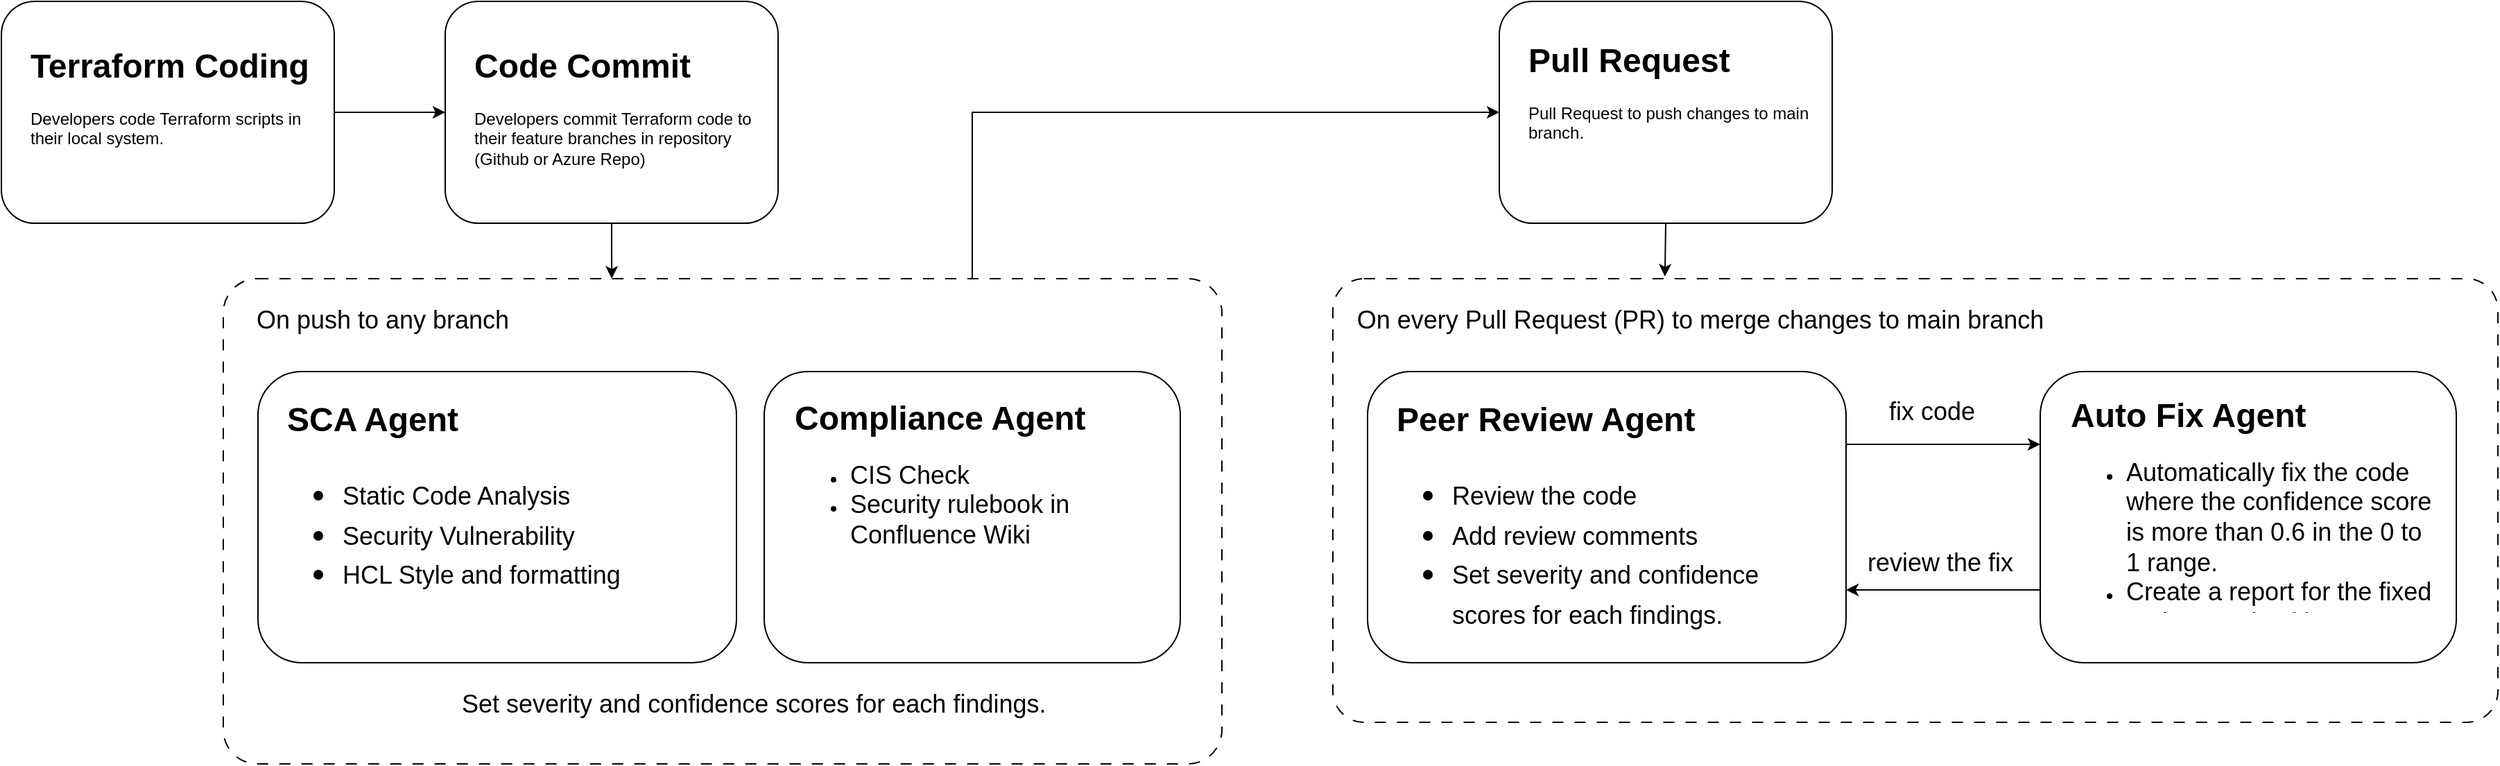
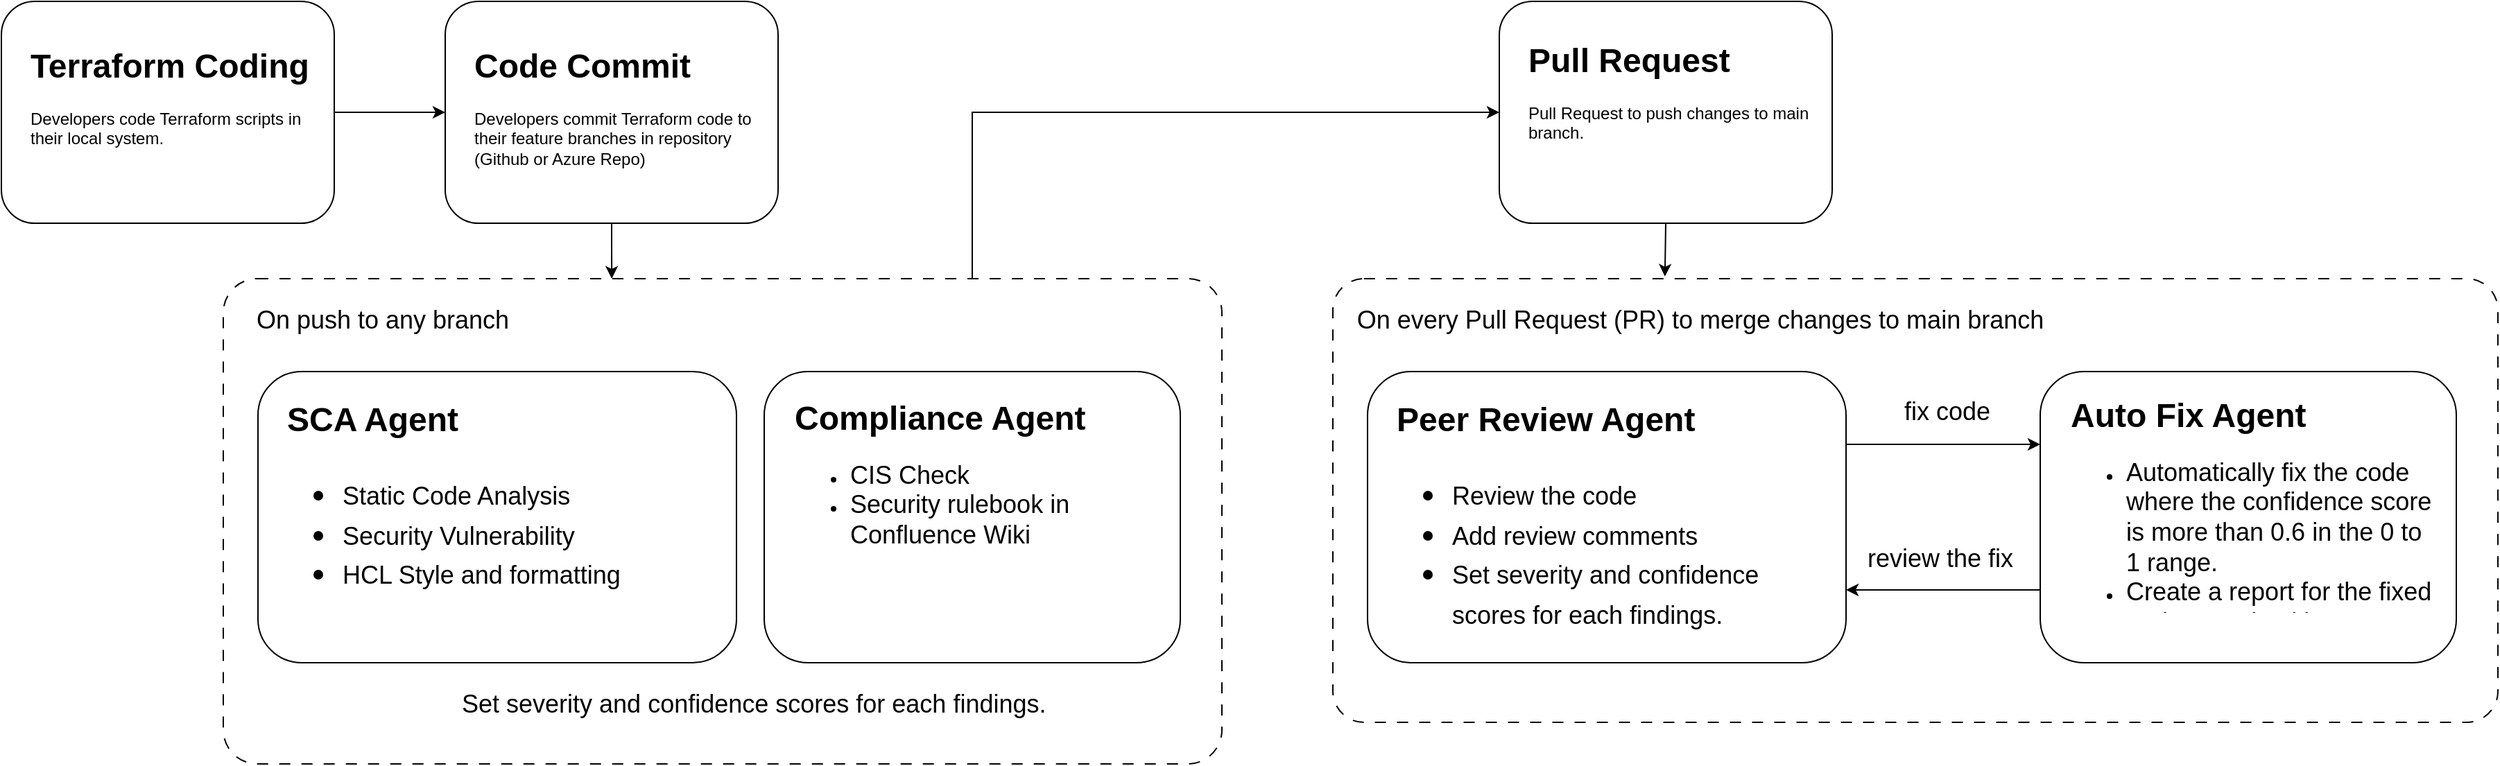
<mxfile host="app.diagrams.net">
  <diagram name="Page-1" id="llQ14HlxIDWXj9B5HY60">
    <mxGraphModel dx="1006" dy="638" grid="1" gridSize="10" guides="1" tooltips="1" connect="1" arrows="1" fold="1" page="1" pageScale="1" pageWidth="850" pageHeight="1100" math="0" shadow="0">
      <root>
        <mxCell id="0" />
        <mxCell id="1" parent="0" />
        <mxCell id="IWc9zJM8tDhvkjJ2dRjy-13" edge="1" parent="1" source="IWc9zJM8tDhvkjJ2dRjy-5" style="edgeStyle=orthogonalEdgeStyle;rounded=0;orthogonalLoop=1;jettySize=auto;html=1;entryX=0;entryY=0.5;entryDx=0;entryDy=0;exitX=0.75;exitY=0;exitDx=0;exitDy=0;" target="IWc9zJM8tDhvkjJ2dRjy-1">
          <mxGeometry relative="1" as="geometry" />
        </mxCell>
        <mxCell id="oJW8UGhNAXkty13G2p3x-1" parent="1" style="rounded=1;whiteSpace=wrap;html=1;" value="" vertex="1">
          <mxGeometry height="160" width="240" x="440" y="200" as="geometry" />
        </mxCell>
        <mxCell id="oJW8UGhNAXkty13G2p3x-3" parent="1" style="text;html=1;whiteSpace=wrap;overflow=hidden;rounded=0;" value="&lt;h1 style=&quot;margin-top: 0px;&quot;&gt;Code Commit&lt;/h1&gt;&lt;p&gt;Developers commit Terraform code to their feature branches in repository (Github or Azure Repo)&lt;/p&gt;" vertex="1">
          <mxGeometry height="100" width="210" x="459" y="226" as="geometry" />
        </mxCell>
        <mxCell id="IWc9zJM8tDhvkjJ2dRjy-1" parent="1" style="rounded=1;whiteSpace=wrap;html=1;" value="" vertex="1">
          <mxGeometry height="160" width="240" x="1200" y="200" as="geometry" />
        </mxCell>
        <mxCell id="IWc9zJM8tDhvkjJ2dRjy-2" parent="1" style="text;html=1;whiteSpace=wrap;overflow=hidden;rounded=0;" value="&lt;h1 style=&quot;margin-top: 0px;&quot;&gt;Pull Request&lt;/h1&gt;&lt;p&gt;Pull Request to push changes to main branch.&lt;/p&gt;" vertex="1">
          <mxGeometry height="100" width="210" x="1219" y="222" as="geometry" />
        </mxCell>
        <mxCell id="IWc9zJM8tDhvkjJ2dRjy-12" edge="1" parent="1" source="IWc9zJM8tDhvkjJ2dRjy-3" style="edgeStyle=orthogonalEdgeStyle;rounded=0;orthogonalLoop=1;jettySize=auto;html=1;exitX=1;exitY=0.5;exitDx=0;exitDy=0;entryX=0;entryY=0.5;entryDx=0;entryDy=0;" target="oJW8UGhNAXkty13G2p3x-1">
          <mxGeometry relative="1" as="geometry" />
        </mxCell>
        <mxCell id="IWc9zJM8tDhvkjJ2dRjy-3" parent="1" style="rounded=1;whiteSpace=wrap;html=1;" value="" vertex="1">
          <mxGeometry height="160" width="240" x="120" y="200" as="geometry" />
        </mxCell>
        <mxCell id="IWc9zJM8tDhvkjJ2dRjy-4" parent="1" style="text;html=1;whiteSpace=wrap;overflow=hidden;rounded=0;" value="&lt;h1 style=&quot;margin-top: 0px;&quot;&gt;Terraform Coding&lt;/h1&gt;&lt;p&gt;Developers code Terraform scripts in their local system.&lt;/p&gt;" vertex="1">
          <mxGeometry height="100" width="210" x="139" y="226" as="geometry" />
        </mxCell>
        <mxCell id="IWc9zJM8tDhvkjJ2dRjy-5" parent="1" style="rounded=1;whiteSpace=wrap;html=1;arcSize=7;dashed=1;dashPattern=8 8;" value="" vertex="1">
          <mxGeometry height="350" width="720" x="280" y="400" as="geometry" />
        </mxCell>
        <mxCell id="IWc9zJM8tDhvkjJ2dRjy-6" parent="1" style="text;html=1;whiteSpace=wrap;strokeColor=none;fillColor=none;align=center;verticalAlign=middle;rounded=0;" value="&lt;font style=&quot;font-size: 18px;&quot;&gt;On push to any branch&lt;/font&gt;" vertex="1">
          <mxGeometry height="30" width="210" x="290" y="415" as="geometry" />
        </mxCell>
        <mxCell id="IWc9zJM8tDhvkjJ2dRjy-7" parent="1" style="rounded=1;whiteSpace=wrap;html=1;" value="" vertex="1">
          <mxGeometry height="210" width="345" x="305" y="467" as="geometry" />
        </mxCell>
        <mxCell id="IWc9zJM8tDhvkjJ2dRjy-8" parent="1" style="text;html=1;whiteSpace=wrap;overflow=hidden;rounded=0;" value="&lt;h1 style=&quot;margin-top: 0px;&quot;&gt;SCA Agent&lt;/h1&gt;&lt;h1 style=&quot;margin-top: 0px;&quot;&gt;&lt;p style=&quot;font-size: 12px; font-weight: 400;&quot;&gt;&lt;/p&gt;&lt;ul&gt;&lt;li&gt;&lt;span style=&quot;font-size: 18px; font-weight: normal;&quot;&gt;Static Code Analysis&lt;/span&gt;&lt;/li&gt;&lt;li&gt;&lt;span style=&quot;font-size: 18px; font-weight: normal;&quot;&gt;Security Vulnerability&lt;/span&gt;&lt;/li&gt;&lt;li&gt;&lt;span style=&quot;font-size: 18px; font-weight: normal;&quot;&gt;HCL Style and formatting&lt;/span&gt;&lt;/li&gt;&lt;/ul&gt;&lt;p&gt;&lt;/p&gt;&lt;/h1&gt;" vertex="1">
          <mxGeometry height="183" width="306" x="324" y="481" as="geometry" />
        </mxCell>
        <mxCell id="IWc9zJM8tDhvkjJ2dRjy-9" parent="1" style="rounded=1;whiteSpace=wrap;html=1;" value="" vertex="1">
          <mxGeometry height="210" width="300" x="670" y="467" as="geometry" />
        </mxCell>
        <mxCell id="IWc9zJM8tDhvkjJ2dRjy-10" parent="1" style="text;html=1;whiteSpace=wrap;overflow=hidden;rounded=0;" value="&lt;h1 style=&quot;margin-top: 0px;&quot;&gt;Compliance Agent&lt;/h1&gt;&lt;p&gt;&lt;/p&gt;&lt;ul&gt;&lt;li&gt;&lt;span style=&quot;font-size: 18px;&quot;&gt;CIS Check&lt;/span&gt;&lt;/li&gt;&lt;li&gt;&lt;span style=&quot;font-size: 18px;&quot;&gt;Security rulebook in Confluence Wiki&lt;/span&gt;&lt;/li&gt;&lt;/ul&gt;&lt;p&gt;&lt;/p&gt;" vertex="1">
          <mxGeometry height="180" width="269" x="690" y="480" as="geometry" />
        </mxCell>
        <mxCell id="IWc9zJM8tDhvkjJ2dRjy-11" edge="1" parent="1" source="oJW8UGhNAXkty13G2p3x-1" style="edgeStyle=orthogonalEdgeStyle;rounded=0;orthogonalLoop=1;jettySize=auto;html=1;exitX=0.5;exitY=1;exitDx=0;exitDy=0;entryX=0.389;entryY=0;entryDx=0;entryDy=0;entryPerimeter=0;" target="IWc9zJM8tDhvkjJ2dRjy-5">
          <mxGeometry relative="1" as="geometry" />
        </mxCell>
        <mxCell id="IWc9zJM8tDhvkjJ2dRjy-14" parent="1" style="rounded=1;whiteSpace=wrap;html=1;arcSize=7;dashed=1;dashPattern=8 8;" value="" vertex="1">
          <mxGeometry height="320" width="840" x="1080" y="400" as="geometry" />
        </mxCell>
        <mxCell id="IWc9zJM8tDhvkjJ2dRjy-15" parent="1" style="text;html=1;whiteSpace=wrap;strokeColor=none;fillColor=none;align=center;verticalAlign=middle;rounded=0;" value="&lt;font style=&quot;font-size: 18px;&quot;&gt;On every Pull Request (PR) to merge changes to main branch&lt;/font&gt;" vertex="1">
          <mxGeometry height="30" width="510" x="1090" y="415" as="geometry" />
        </mxCell>
        <mxCell id="IWc9zJM8tDhvkjJ2dRjy-22" edge="1" parent="1" source="IWc9zJM8tDhvkjJ2dRjy-16" style="edgeStyle=orthogonalEdgeStyle;rounded=0;orthogonalLoop=1;jettySize=auto;html=1;exitX=1;exitY=0.25;exitDx=0;exitDy=0;entryX=0;entryY=0.25;entryDx=0;entryDy=0;" target="IWc9zJM8tDhvkjJ2dRjy-18">
          <mxGeometry relative="1" as="geometry" />
        </mxCell>
        <mxCell id="IWc9zJM8tDhvkjJ2dRjy-16" parent="1" style="rounded=1;whiteSpace=wrap;html=1;" value="" vertex="1">
          <mxGeometry height="210" width="345" x="1105" y="467" as="geometry" />
        </mxCell>
        <mxCell id="IWc9zJM8tDhvkjJ2dRjy-17" parent="1" style="text;html=1;whiteSpace=wrap;overflow=hidden;rounded=0;" value="&lt;h1 style=&quot;margin-top: 0px;&quot;&gt;Peer Review Agent&lt;/h1&gt;&lt;h1 style=&quot;margin-top: 0px;&quot;&gt;&lt;p style=&quot;font-size: 12px; font-weight: 400;&quot;&gt;&lt;/p&gt;&lt;ul&gt;&lt;li&gt;&lt;span style=&quot;font-size: 18px; font-weight: 400;&quot;&gt;Review the code&lt;/span&gt;&lt;/li&gt;&lt;li&gt;&lt;span style=&quot;font-size: 18px; font-weight: 400;&quot;&gt;Add review comments&lt;/span&gt;&lt;/li&gt;&lt;li&gt;&lt;span style=&quot;font-size: 18px; font-weight: 400;&quot;&gt;Set severity and confidence scores for each findings.&lt;/span&gt;&lt;/li&gt;&lt;/ul&gt;&lt;p&gt;&lt;/p&gt;&lt;/h1&gt;" vertex="1">
          <mxGeometry height="179" width="306" x="1124" y="481" as="geometry" />
        </mxCell>
        <mxCell id="IWc9zJM8tDhvkjJ2dRjy-23" edge="1" parent="1" source="IWc9zJM8tDhvkjJ2dRjy-18" style="edgeStyle=orthogonalEdgeStyle;rounded=0;orthogonalLoop=1;jettySize=auto;html=1;exitX=0;exitY=0.75;exitDx=0;exitDy=0;entryX=1;entryY=0.75;entryDx=0;entryDy=0;" target="IWc9zJM8tDhvkjJ2dRjy-16">
          <mxGeometry relative="1" as="geometry" />
        </mxCell>
        <mxCell id="IWc9zJM8tDhvkjJ2dRjy-18" parent="1" style="rounded=1;whiteSpace=wrap;html=1;" value="" vertex="1">
          <mxGeometry height="210" width="300" x="1590" y="467" as="geometry" />
        </mxCell>
        <mxCell id="IWc9zJM8tDhvkjJ2dRjy-19" parent="1" style="text;html=1;whiteSpace=wrap;overflow=hidden;rounded=0;" value="&lt;h1 style=&quot;margin-top: 0px;&quot;&gt;Auto Fix Agent&lt;/h1&gt;&lt;p&gt;&lt;/p&gt;&lt;ul&gt;&lt;li&gt;&lt;span style=&quot;font-size: 18px;&quot;&gt;Automatically fix the code where the confidence score is more than 0.6 in the 0 to 1 range.&lt;/span&gt;&lt;/li&gt;&lt;li&gt;&lt;span style=&quot;font-size: 18px;&quot;&gt;Create a report for the fixed and unresolved items.&lt;/span&gt;&lt;/li&gt;&lt;/ul&gt;&lt;p&gt;&lt;/p&gt;" vertex="1">
          <mxGeometry height="160" width="269" x="1610" y="478" as="geometry" />
        </mxCell>
        <mxCell id="IWc9zJM8tDhvkjJ2dRjy-20" parent="1" style="text;whiteSpace=wrap;fontSize=18;" value="Set severity and confidence scores for each findings." vertex="1">
          <mxGeometry height="40" width="440" x="450" y="690" as="geometry" />
        </mxCell>
        <mxCell id="IWc9zJM8tDhvkjJ2dRjy-21" edge="1" parent="1" source="IWc9zJM8tDhvkjJ2dRjy-1" style="edgeStyle=orthogonalEdgeStyle;rounded=0;orthogonalLoop=1;jettySize=auto;html=1;exitX=0.5;exitY=1;exitDx=0;exitDy=0;entryX=0.285;entryY=-0.005;entryDx=0;entryDy=0;entryPerimeter=0;" target="IWc9zJM8tDhvkjJ2dRjy-14">
          <mxGeometry relative="1" as="geometry" />
        </mxCell>
        <mxCell id="IWc9zJM8tDhvkjJ2dRjy-24" parent="1" style="text;html=1;whiteSpace=wrap;strokeColor=none;fillColor=none;align=center;verticalAlign=middle;rounded=0;" value="&lt;font style=&quot;font-size: 18px;&quot;&gt;fix code&lt;/font&gt;" vertex="1">
-           <mxGeometry height="30" width="120" x="1452" y="481" as="geometry" />
+           <mxGeometry height="30" width="82" x="1482" y="481" as="geometry" />
        </mxCell>
        <mxCell id="IWc9zJM8tDhvkjJ2dRjy-25" parent="1" style="text;html=1;whiteSpace=wrap;strokeColor=none;fillColor=none;align=center;verticalAlign=middle;rounded=0;" value="&lt;font style=&quot;font-size: 18px;&quot;&gt;review the fix&lt;/font&gt;" vertex="1">
-           <mxGeometry height="30" width="120" x="1458" y="590" as="geometry" />
+           <mxGeometry height="30" width="120" x="1458" y="587" as="geometry" />
        </mxCell>
      </root>
    </mxGraphModel>
  </diagram>
</mxfile>
